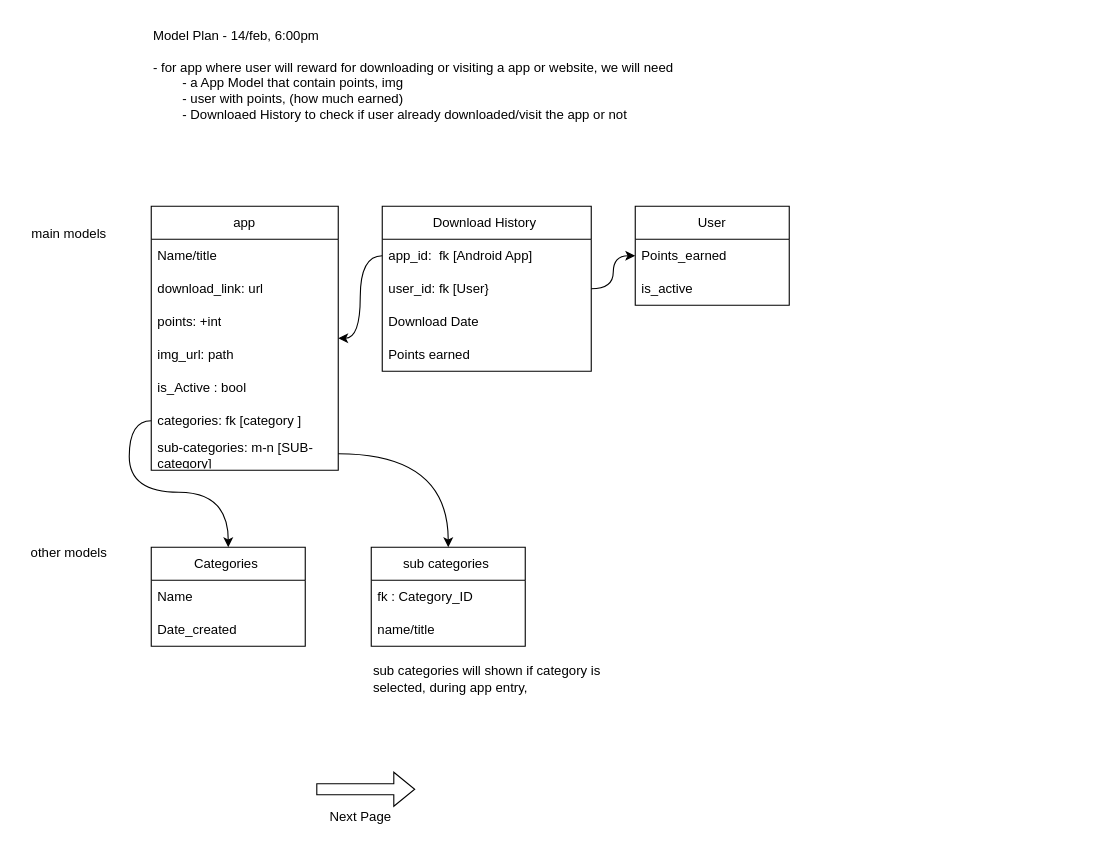
The draw.io diagram page "Models" (1 of 3) of ProjectDetails/modelsPlan_nextLab_assignment.drawio in Rajneeshzytox/nextLab_assignment_app, before the edit. Source tidied: cells renumbered, new cells numbered last; positions are measured from the earlier drawing's top-left corner, leaving out a move shared by most shapes. Both pictures are drawn from the tidied source at 110%, with x=0, y=0 at pixel (19, 19).
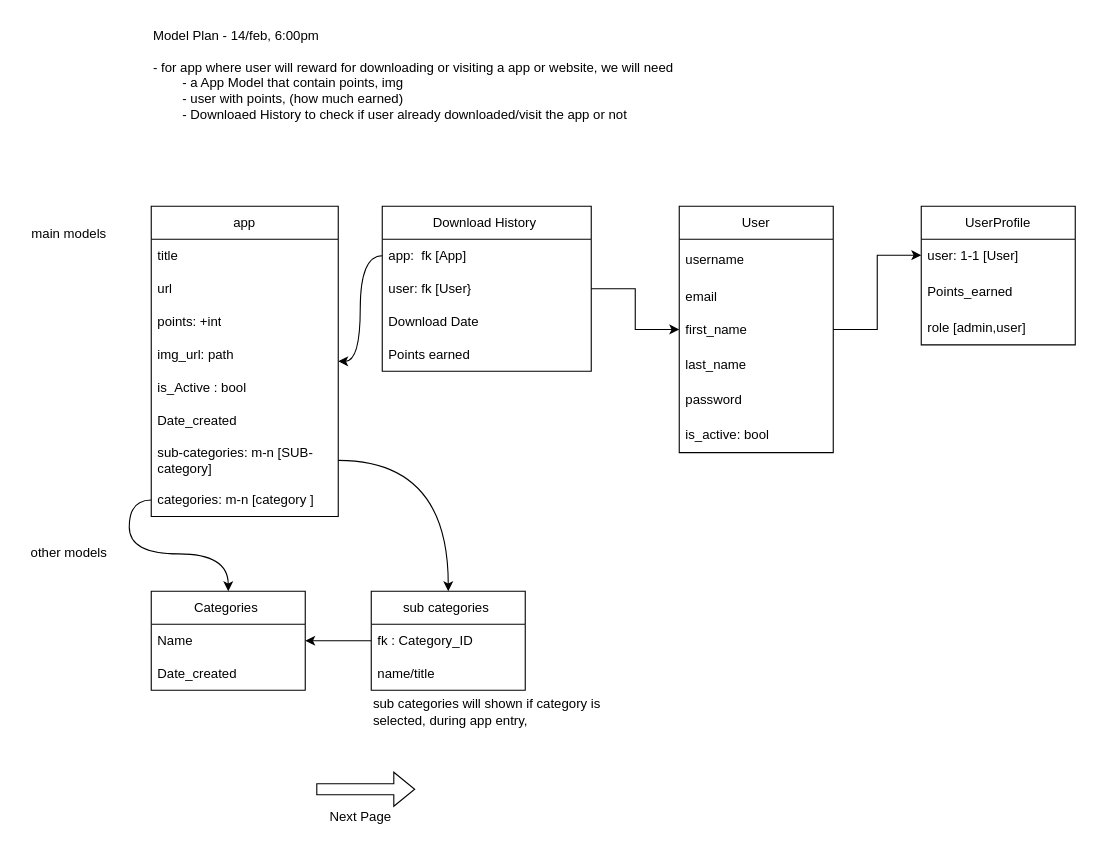
After the change.

The change refers to these unchanged cells:
```xml
<mxCell id="14" value="Download History&amp;nbsp;" style="swimlane;fontStyle=0;horizontal=1;startSize=30;whiteSpace=wrap;html=1;" parent="1" vertex="1">
  <mxGeometry x="330" y="170" width="190" height="150" as="geometry" />
</mxCell>
<mxCell id="25" value="fk : Category_ID" style="text;strokeColor=none;fillColor=none;align=left;verticalAlign=middle;spacingLeft=4;spacingRight=4;overflow=hidden;points=[[0,0.5],[1,0.5]];portConstraint=eastwest;whiteSpace=wrap;html=1;" parent="24" vertex="1">
  <mxGeometry y="30" width="140" height="30" as="geometry" />
</mxCell>
```

Change to the diagram source:
```diff
@@
     <mxCell id="2" value="app" style="swimlane;fontStyle=0;horizontal=1;startSize=30;whiteSpace=wrap;html=1;" parent="1" vertex="1">
-      <mxGeometry x="120" y="170" width="170" height="240" as="geometry" />
+      <mxGeometry x="120" y="170" width="170" height="282" as="geometry" />
     </mxCell>
-    <mxCell id="3" value="Name/title" style="text;strokeColor=none;fillColor=none;align=left;verticalAlign=middle;spacingLeft=4;spacingRight=4;overflow=hidden;whiteSpace=wrap;html=1;" parent="2" vertex="1">
+    <mxCell id="3" value="title" style="text;strokeColor=none;fillColor=none;align=left;verticalAlign=middle;spacingLeft=4;spacingRight=4;overflow=hidden;whiteSpace=wrap;html=1;" parent="2" vertex="1">
       <mxGeometry y="30" width="170" height="30" as="geometry" />
     </mxCell>
-    <mxCell id="4" value="download_link: url" style="text;strokeColor=none;fillColor=none;align=left;verticalAlign=middle;spacingLeft=4;spacingRight=4;overflow=hidden;whiteSpace=wrap;html=1;" parent="2" vertex="1">
+    <mxCell id="4" value="url" style="text;strokeColor=none;fillColor=none;align=left;verticalAlign=middle;spacingLeft=4;spacingRight=4;overflow=hidden;whiteSpace=wrap;html=1;" parent="2" vertex="1">
       <mxGeometry y="60" width="170" height="30" as="geometry" />
     </mxCell>
@@
+    <mxCell id="35" value="Date_created" style="text;strokeColor=none;fillColor=none;align=left;verticalAlign=middle;spacingLeft=4;spacingRight=4;overflow=hidden;whiteSpace=wrap;html=1;" parent="2" vertex="1">
+      <mxGeometry y="180" width="170" height="30" as="geometry" />
+    </mxCell>
+    <mxCell id="9" value="sub-categories: m-n [SUB- category]" style="text;strokeColor=none;fillColor=none;align=left;verticalAlign=middle;spacingLeft=4;spacingRight=4;overflow=hidden;points=[[0,0.5],[1,0.5]];portConstraint=eastwest;whiteSpace=wrap;html=1;" parent="2" vertex="1">
+      <mxGeometry y="210" width="170" height="42" as="geometry" />
+    </mxCell>
-    <mxCell id="8" value="categories: fk [category ]" style="text;strokeColor=none;fillColor=none;align=left;verticalAlign=middle;spacingLeft=4;spacingRight=4;overflow=hidden;points=[[0,0.5],[1,0.5]];portConstraint=eastwest;whiteSpace=wrap;html=1;" parent="2" vertex="1">
-      <mxGeometry y="180" width="170" height="30" as="geometry" />
+    <mxCell id="8" value="categories: m-n [category ]" style="text;strokeColor=none;fillColor=none;align=left;verticalAlign=middle;spacingLeft=4;spacingRight=4;overflow=hidden;points=[[0,0.5],[1,0.5]];portConstraint=eastwest;whiteSpace=wrap;html=1;" parent="2" vertex="1">
+      <mxGeometry y="252" width="170" height="30" as="geometry" />
     </mxCell>
-    <mxCell id="9" value="sub-categories: m-n [SUB- category]" style="text;strokeColor=none;fillColor=none;align=left;verticalAlign=middle;spacingLeft=4;spacingRight=4;overflow=hidden;points=[[0,0.5],[1,0.5]];portConstraint=eastwest;whiteSpace=wrap;html=1;" parent="2" vertex="1">
-      <mxGeometry y="210" width="170" height="30" as="geometry" />
-    </mxCell>
@@
-    <mxCell id="11" value="User" style="swimlane;fontStyle=0;horizontal=1;startSize=30;whiteSpace=wrap;html=1;" parent="1" vertex="1">
-      <mxGeometry x="560" y="170" width="140" height="90" as="geometry" />
+    <mxCell id="11" value="UserProfile" style="swimlane;fontStyle=0;horizontal=1;startSize=30;whiteSpace=wrap;html=1;" parent="1" vertex="1">
+      <mxGeometry x="820" y="170" width="140" height="126" as="geometry" />
     </mxCell>
+    <mxCell id="36" value="user: 1-1 [User]" style="text;strokeColor=none;fillColor=none;align=left;verticalAlign=middle;spacingLeft=4;spacingRight=4;overflow=hidden;points=[[0,0.5],[1,0.5]];portConstraint=eastwest;whiteSpace=wrap;html=1;" parent="11" vertex="1">
+      <mxGeometry y="30" width="140" height="29" as="geometry" />
+    </mxCell>
     <mxCell id="12" value="Points_earned&amp;nbsp;" style="text;strokeColor=none;fillColor=none;align=left;verticalAlign=middle;spacingLeft=4;spacingRight=4;overflow=hidden;whiteSpace=wrap;html=1;strokeWidth=1;" parent="11" vertex="1">
-      <mxGeometry y="30" width="140" height="30" as="geometry" />
+      <mxGeometry y="59" width="140" height="37" as="geometry" />
     </mxCell>
-    <mxCell id="13" value="is_active" style="text;strokeColor=none;fillColor=none;align=left;verticalAlign=middle;spacingLeft=4;spacingRight=4;overflow=hidden;whiteSpace=wrap;html=1;" parent="11" vertex="1">
-      <mxGeometry y="60" width="140" height="30" as="geometry" />
+    <mxCell id="13" value="role [admin,user]" style="text;strokeColor=none;fillColor=none;align=left;verticalAlign=middle;spacingLeft=4;spacingRight=4;overflow=hidden;whiteSpace=wrap;html=1;" parent="11" vertex="1">
+      <mxGeometry y="96" width="140" height="30" as="geometry" />
     </mxCell>
@@
-    <mxCell id="15" value="app_id:&amp;nbsp; fk [Android App]" style="text;strokeColor=none;fillColor=none;align=left;verticalAlign=middle;spacingLeft=4;spacingRight=4;overflow=hidden;points=[[0,0.5],[1,0.5]];portConstraint=eastwest;whiteSpace=wrap;html=1;" parent="14" vertex="1">
+    <mxCell id="15" value="app:&amp;nbsp; fk [App]" style="text;strokeColor=none;fillColor=none;align=left;verticalAlign=middle;spacingLeft=4;spacingRight=4;overflow=hidden;points=[[0,0.5],[1,0.5]];portConstraint=eastwest;whiteSpace=wrap;html=1;" parent="14" vertex="1">
       <mxGeometry y="30" width="190" height="30" as="geometry" />
     </mxCell>
-    <mxCell id="16" value="user_id: fk [User}" style="text;strokeColor=none;fillColor=none;align=left;verticalAlign=middle;spacingLeft=4;spacingRight=4;overflow=hidden;points=[[0,0.5],[1,0.5]];portConstraint=eastwest;whiteSpace=wrap;html=1;" parent="14" vertex="1">
+    <mxCell id="16" value="user: fk [User}" style="text;strokeColor=none;fillColor=none;align=left;verticalAlign=middle;spacingLeft=4;spacingRight=4;overflow=hidden;points=[[0,0.5],[1,0.5]];portConstraint=eastwest;whiteSpace=wrap;html=1;" parent="14" vertex="1">
       <mxGeometry y="60" width="190" height="30" as="geometry" />
     </mxCell>
@@
     <mxCell id="21" value="Categories&amp;nbsp;" style="swimlane;fontStyle=0;horizontal=1;startSize=30;whiteSpace=wrap;html=1;" parent="1" vertex="1">
-      <mxGeometry x="120" y="480" width="140" height="90" as="geometry" />
+      <mxGeometry x="120" y="520" width="140" height="90" as="geometry" />
     </mxCell>
@@
     <mxCell id="24" value="sub categories&amp;nbsp;" style="swimlane;fontStyle=0;horizontal=1;startSize=30;whiteSpace=wrap;html=1;" parent="1" vertex="1">
-      <mxGeometry x="320" y="480" width="140" height="90" as="geometry" />
+      <mxGeometry x="320" y="520" width="140" height="90" as="geometry" />
     </mxCell>
@@
     <mxCell id="27" value="sub categories will shown if category is&amp;nbsp;&lt;div&gt;selected, during app entry,&lt;/div&gt;" style="text;html=1;align=left;verticalAlign=middle;strokeColor=none;fillColor=none;" parent="1" vertex="1">
-      <mxGeometry x="320" y="580" width="230" height="40" as="geometry" />
+      <mxGeometry x="320" y="610" width="230" height="40" as="geometry" />
     </mxCell>
@@
-    <mxCell id="32" style="edgeStyle=orthogonalEdgeStyle;curved=1;rounded=0;jettySize=auto;html=1;" parent="1" edge="1" source="16" target="11">
-      <mxGeometry relative="1" as="geometry" />
-    </mxCell>
@@
+    <mxCell id="37" style="edgeStyle=orthogonalEdgeStyle;rounded=0;jettySize=auto;html=1;" parent="1" edge="1" source="38" target="36">
+      <mxGeometry relative="1" as="geometry" />
+    </mxCell>
+    <mxCell id="38" value="User" style="swimlane;fontStyle=0;horizontal=1;startSize=30;whiteSpace=wrap;html=1;" parent="1" vertex="1">
+      <mxGeometry x="600" y="170" width="140" height="224" as="geometry" />
+    </mxCell>
+    <mxCell id="39" value="username" style="text;strokeColor=none;fillColor=none;align=left;verticalAlign=middle;spacingLeft=4;spacingRight=4;overflow=hidden;whiteSpace=wrap;html=1;strokeWidth=1;" parent="38" vertex="1">
+      <mxGeometry y="30" width="140" height="38" as="geometry" />
+    </mxCell>
+    <mxCell id="40" value="email" style="text;strokeColor=none;fillColor=none;align=left;verticalAlign=middle;spacingLeft=4;spacingRight=4;overflow=hidden;whiteSpace=wrap;html=1;" parent="38" vertex="1">
+      <mxGeometry y="68" width="140" height="30" as="geometry" />
+    </mxCell>
+    <mxCell id="41" value="first_name" style="text;strokeColor=none;fillColor=none;align=left;verticalAlign=middle;spacingLeft=4;spacingRight=4;overflow=hidden;whiteSpace=wrap;html=1;" parent="38" vertex="1">
+      <mxGeometry y="98" width="140" height="30" as="geometry" />
+    </mxCell>
+    <mxCell id="42" value="last_name" style="text;strokeColor=none;fillColor=none;align=left;verticalAlign=middle;spacingLeft=4;spacingRight=4;overflow=hidden;whiteSpace=wrap;html=1;" parent="38" vertex="1">
+      <mxGeometry y="128" width="140" height="32" as="geometry" />
+    </mxCell>
+    <mxCell id="43" value="password" style="text;strokeColor=none;fillColor=none;align=left;verticalAlign=middle;spacingLeft=4;spacingRight=4;overflow=hidden;whiteSpace=wrap;html=1;" parent="38" vertex="1">
+      <mxGeometry y="160" width="140" height="32" as="geometry" />
+    </mxCell>
+    <mxCell id="44" value="is_active: bool" style="text;strokeColor=none;fillColor=none;align=left;verticalAlign=middle;spacingLeft=4;spacingRight=4;overflow=hidden;whiteSpace=wrap;html=1;" parent="38" vertex="1">
+      <mxGeometry y="192" width="140" height="32" as="geometry" />
+    </mxCell>
+    <mxCell id="45" style="edgeStyle=orthogonalEdgeStyle;rounded=0;jettySize=auto;html=1;" parent="1" edge="1" source="16" target="38">
+      <mxGeometry relative="1" as="geometry" />
+    </mxCell>
+    <mxCell id="46" style="edgeStyle=orthogonalEdgeStyle;rounded=0;jettySize=auto;html=1;" parent="1" edge="1" source="25" target="21">
+      <mxGeometry relative="1" as="geometry" />
+    </mxCell>
```
